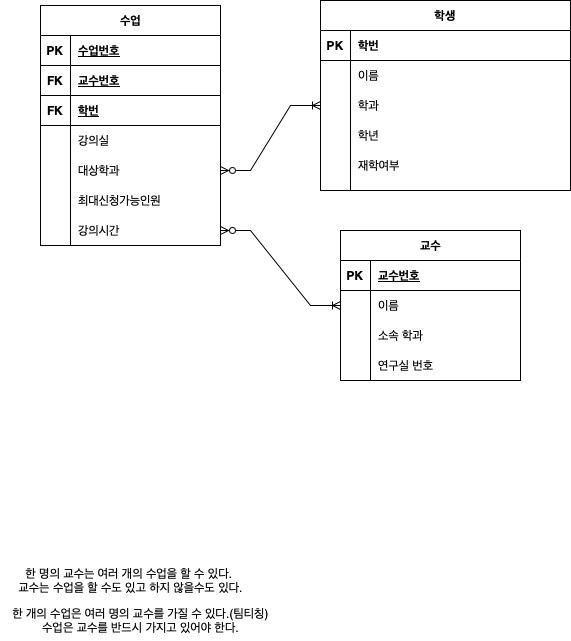
The draw.io diagram Data Modeling/수강신청.drawio.png in ikkjun/SQL, before a commit. Source tidied: cells renumbered, new cells last; positions are measured from the earlier drawing's top-left corner, leaving out a move shared by most shapes.
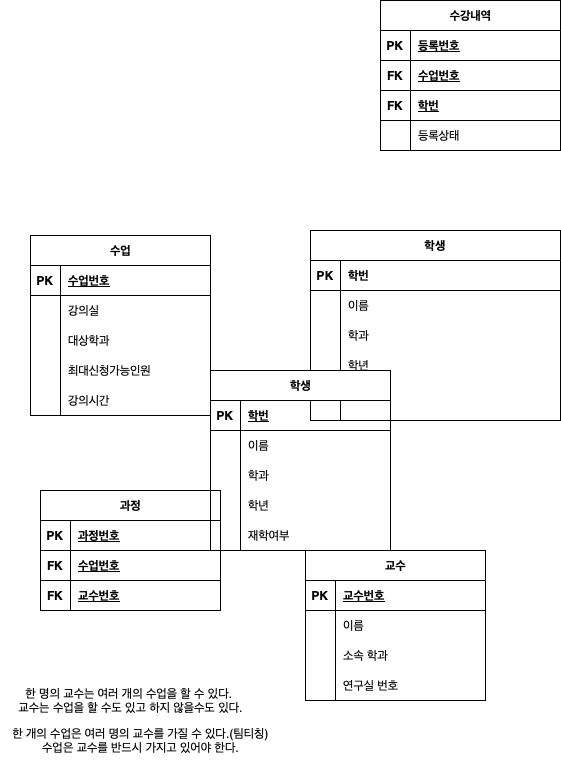
Above is the later version.

Commit message:
수강신청.drawio.png 업데이트

The edit, as a diff of the source:
```diff
@@ -3,7 +3,7 @@
     <mxCell id="0" />
     <mxCell id="1" parent="0" />
     <mxCell id="2" style="group;" parent="1" vertex="1">
-      <mxGeometry x="320" width="250" height="190" as="geometry" />
+      <mxGeometry x="310" y="110" width="250" height="190" as="geometry" />
     </mxCell>
     <mxCell id="3" value="학생" style="shape=table;startSize=30;rowLines=0;fontStyle=1;align=center;" parent="2" vertex="1">
       <mxGeometry width="250" height="190" as="geometry" />
@@ -53,16 +53,13 @@
     <mxCell id="18" value="재학여부" style="shape=partialRectangle;overflow=hidden;fillColor=none;top=0;left=0;bottom=0;right=0;align=left;spacingLeft=6;" parent="16" vertex="1">
       <mxGeometry x="30" width="220" height="30" as="geometry" />
     </mxCell>
-    <mxCell id="19" style="edgeStyle=entityRelationEdgeStyle;fontSize=12;html=1;endArrow=ERoneToMany;startArrow=ERzeroToMany;rounded=0;entryX=0;entryY=0.5;entryDx=0;entryDy=0;exitX=1;exitY=0.5;exitDx=0;exitDy=0;" parent="1" edge="1" source="34" target="10">
-      <mxGeometry relative="1" as="geometry" />
-    </mxCell>
     <mxCell id="20" style="endArrow=none;html=1;rounded=0;entryX=0.12;entryY=0;entryDx=0;entryDy=0;entryPerimeter=0;" parent="1" edge="1" target="4">
       <mxGeometry relative="1" as="geometry">
-        <mxPoint x="350" y="190" as="sourcePoint" />
+        <mxPoint x="340" y="300" as="sourcePoint" />
       </mxGeometry>
     </mxCell>
     <mxCell id="21" value="수업" style="shape=table;startSize=30;rowLines=0;fontStyle=1;align=center;html=1;" parent="1" vertex="1">
-      <mxGeometry x="40" y="5" width="180" height="240" as="geometry" />
+      <mxGeometry x="30" y="115" width="180" height="180" as="geometry" />
     </mxCell>
     <mxCell id="22" style="shape=tableRow;horizontal=0;startSize=0;swimlaneHead=0;swimlaneBody=0;fillColor=none;top=0;left=0;right=0;bottom=1;" parent="21" vertex="1">
       <mxGeometry y="30" width="180" height="30" as="geometry" />
@@ -73,26 +70,8 @@
     <mxCell id="24" value="수업번호" style="shape=partialRectangle;fillColor=none;top=0;left=0;bottom=0;right=0;align=left;spacingLeft=6;fontStyle=5;overflow=hidden;whiteSpace=wrap;html=1;" parent="22" vertex="1">
       <mxGeometry x="30" width="150" height="30" as="geometry" />
     </mxCell>
-    <mxCell id="25" style="shape=tableRow;horizontal=0;startSize=0;swimlaneHead=0;swimlaneBody=0;fillColor=none;top=0;left=0;right=0;bottom=1;" parent="21" vertex="1">
-      <mxGeometry y="60" width="180" height="30" as="geometry" />
-    </mxCell>
-    <mxCell id="26" value="FK" style="shape=partialRectangle;fillColor=none;top=0;left=0;bottom=0;right=0;fontStyle=1;overflow=hidden;whiteSpace=wrap;html=1;" parent="25" vertex="1">
-      <mxGeometry width="30" height="30" as="geometry" />
-    </mxCell>
-    <mxCell id="27" value="교수번호" style="shape=partialRectangle;fillColor=none;top=0;left=0;bottom=0;right=0;align=left;spacingLeft=6;fontStyle=5;overflow=hidden;whiteSpace=wrap;html=1;" parent="25" vertex="1">
-      <mxGeometry x="30" width="150" height="30" as="geometry" />
-    </mxCell>
-    <mxCell id="28" style="shape=tableRow;horizontal=0;startSize=0;swimlaneHead=0;swimlaneBody=0;fillColor=none;top=0;left=0;right=0;bottom=1;" parent="21" vertex="1">
-      <mxGeometry y="90" width="180" height="30" as="geometry" />
-    </mxCell>
-    <mxCell id="29" value="FK" style="shape=partialRectangle;fillColor=none;top=0;left=0;bottom=0;right=0;fontStyle=1;overflow=hidden;whiteSpace=wrap;html=1;" parent="28" vertex="1">
-      <mxGeometry width="30" height="30" as="geometry" />
-    </mxCell>
-    <mxCell id="30" value="학번" style="shape=partialRectangle;fillColor=none;top=0;left=0;bottom=0;right=0;align=left;spacingLeft=6;fontStyle=5;overflow=hidden;whiteSpace=wrap;html=1;" parent="28" vertex="1">
-      <mxGeometry x="30" width="150" height="30" as="geometry" />
-    </mxCell>
     <mxCell id="31" style="shape=tableRow;horizontal=0;startSize=0;swimlaneHead=0;swimlaneBody=0;fillColor=none;top=0;left=0;right=0;bottom=0;" parent="21" vertex="1">
-      <mxGeometry y="120" width="180" height="30" as="geometry" />
+      <mxGeometry y="60" width="180" height="30" as="geometry" />
     </mxCell>
     <mxCell id="32" style="shape=partialRectangle;fillColor=none;top=0;left=0;bottom=0;right=0;overflow=hidden;whiteSpace=wrap;html=1;" parent="31" vertex="1">
       <mxGeometry width="30" height="30" as="geometry" />
@@ -101,7 +80,7 @@
       <mxGeometry x="30" width="150" height="30" as="geometry" />
     </mxCell>
     <mxCell id="34" style="shape=tableRow;horizontal=0;startSize=0;swimlaneHead=0;swimlaneBody=0;fillColor=none;points=[[0,0.5],[1,0.5]];portConstraint=eastwest;top=0;left=0;right=0;bottom=0;" parent="21" vertex="1">
-      <mxGeometry y="150" width="180" height="30" as="geometry" />
+      <mxGeometry y="90" width="180" height="30" as="geometry" />
     </mxCell>
     <mxCell id="35" style="shape=partialRectangle;fillColor=none;top=0;left=0;bottom=0;right=0;overflow=hidden;whiteSpace=wrap;html=1;" parent="34" vertex="1">
       <mxGeometry width="30" height="30" as="geometry" />
@@ -110,7 +89,7 @@
       <mxGeometry x="30" width="150" height="30" as="geometry" />
     </mxCell>
     <mxCell id="37" style="shape=tableRow;horizontal=0;startSize=0;swimlaneHead=0;swimlaneBody=0;fillColor=none;top=0;left=0;right=0;bottom=0;" parent="21" vertex="1">
-      <mxGeometry y="180" width="180" height="30" as="geometry" />
+      <mxGeometry y="120" width="180" height="30" as="geometry" />
     </mxCell>
     <mxCell id="38" style="shape=partialRectangle;fillColor=none;top=0;left=0;bottom=0;right=0;overflow=hidden;whiteSpace=wrap;html=1;" parent="37" vertex="1">
       <mxGeometry width="30" height="30" as="geometry" />
@@ -119,7 +98,7 @@
       <mxGeometry x="30" width="150" height="30" as="geometry" />
     </mxCell>
     <mxCell id="40" style="shape=tableRow;horizontal=0;startSize=0;swimlaneHead=0;swimlaneBody=0;fillColor=none;points=[[0,0.5],[1,0.5]];portConstraint=eastwest;top=0;left=0;right=0;bottom=0;" parent="21" vertex="1">
-      <mxGeometry y="210" width="180" height="30" as="geometry" />
+      <mxGeometry y="150" width="180" height="30" as="geometry" />
     </mxCell>
     <mxCell id="41" style="shape=partialRectangle;fillColor=none;top=0;left=0;bottom=0;right=0;overflow=hidden;whiteSpace=wrap;html=1;" parent="40" vertex="1">
       <mxGeometry width="30" height="30" as="geometry" />
@@ -128,7 +107,7 @@
       <mxGeometry x="30" width="150" height="30" as="geometry" />
     </mxCell>
     <mxCell id="43" value="교수" style="shape=table;startSize=30;rowLines=0;fontStyle=1;align=center;html=1;" parent="1" vertex="1">
-      <mxGeometry x="340" y="230" width="180" height="150" as="geometry" />
+      <mxGeometry x="305" y="430" width="180" height="150" as="geometry" />
     </mxCell>
     <mxCell id="44" style="shape=tableRow;horizontal=0;startSize=0;swimlaneHead=0;swimlaneBody=0;fillColor=none;top=0;left=0;right=0;bottom=1;" parent="43" vertex="1">
       <mxGeometry y="30" width="180" height="30" as="geometry" />
@@ -172,13 +151,122 @@
     <mxCell id="57" value="한 개의 수업은 여러 명의 교수를 가질 수 있다.(팀티칭)&lt;br&gt;수업은 교수를 반드시 가지고 있어야 한다." style="text;html=1;align=center;verticalAlign=middle;strokeColor=none;fillColor=none;" parent="1" vertex="1">
       <mxGeometry y="600" width="280" height="40" as="geometry" />
     </mxCell>
-    <mxCell id="58" style="edgeStyle=entityRelationEdgeStyle;fontSize=12;html=1;endArrow=ERoneToMany;startArrow=ERzeroToMany;rounded=0;entryX=0;entryY=0.5;entryDx=0;entryDy=0;exitX=1;exitY=0.5;exitDx=0;exitDy=0;" parent="1" edge="1" source="40" target="47">
-      <mxGeometry relative="1" as="geometry">
-        <Array as="points">
-          <mxPoint x="367" y="304" />
-          <mxPoint x="393" y="304" />
-        </Array>
-      </mxGeometry>
-    </mxCell>
+    <mxCell id="59" value="수강내역" style="shape=table;startSize=30;rowLines=0;fontStyle=1;align=center;html=1;" parent="1" vertex="1">
+      <mxGeometry x="380" y="-120" width="180" height="150" as="geometry" />
+    </mxCell>
+    <mxCell id="60" style="shape=tableRow;horizontal=0;startSize=0;swimlaneHead=0;swimlaneBody=0;fillColor=none;top=0;left=0;right=0;bottom=1;" parent="59" vertex="1">
+      <mxGeometry y="30" width="180" height="30" as="geometry" />
+    </mxCell>
+    <mxCell id="61" value="PK" style="shape=partialRectangle;fillColor=none;top=0;left=0;bottom=0;right=0;fontStyle=1;overflow=hidden;whiteSpace=wrap;html=1;" parent="60" vertex="1">
+      <mxGeometry width="30" height="30" as="geometry" />
+    </mxCell>
+    <mxCell id="62" value="등록번호" style="shape=partialRectangle;fillColor=none;top=0;left=0;bottom=0;right=0;align=left;spacingLeft=6;fontStyle=5;overflow=hidden;whiteSpace=wrap;html=1;" parent="60" vertex="1">
+      <mxGeometry x="30" width="150" height="30" as="geometry" />
+    </mxCell>
+    <mxCell id="63" style="shape=tableRow;horizontal=0;startSize=0;swimlaneHead=0;swimlaneBody=0;fillColor=none;top=0;left=0;right=0;bottom=1;" parent="59" vertex="1">
+      <mxGeometry y="60" width="180" height="30" as="geometry" />
+    </mxCell>
+    <mxCell id="64" value="FK" style="shape=partialRectangle;fillColor=none;top=0;left=0;bottom=0;right=0;fontStyle=1;overflow=hidden;whiteSpace=wrap;html=1;" parent="63" vertex="1">
+      <mxGeometry width="30" height="30" as="geometry" />
+    </mxCell>
+    <mxCell id="65" value="수업번호" style="shape=partialRectangle;fillColor=none;top=0;left=0;bottom=0;right=0;align=left;spacingLeft=6;fontStyle=5;overflow=hidden;whiteSpace=wrap;html=1;" parent="63" vertex="1">
+      <mxGeometry x="30" width="150" height="30" as="geometry" />
+    </mxCell>
+    <mxCell id="66" style="shape=tableRow;horizontal=0;startSize=0;swimlaneHead=0;swimlaneBody=0;fillColor=none;top=0;left=0;right=0;bottom=1;" parent="59" vertex="1">
+      <mxGeometry y="90" width="180" height="30" as="geometry" />
+    </mxCell>
+    <mxCell id="67" value="FK" style="shape=partialRectangle;fillColor=none;top=0;left=0;bottom=0;right=0;fontStyle=1;overflow=hidden;whiteSpace=wrap;html=1;" parent="66" vertex="1">
+      <mxGeometry width="30" height="30" as="geometry" />
+    </mxCell>
+    <mxCell id="68" value="학번" style="shape=partialRectangle;fillColor=none;top=0;left=0;bottom=0;right=0;align=left;spacingLeft=6;fontStyle=5;overflow=hidden;whiteSpace=wrap;html=1;" parent="66" vertex="1">
+      <mxGeometry x="30" width="150" height="30" as="geometry" />
+    </mxCell>
+    <mxCell id="69" style="shape=tableRow;horizontal=0;startSize=0;swimlaneHead=0;swimlaneBody=0;fillColor=none;top=0;left=0;right=0;bottom=0;" parent="59" vertex="1">
+      <mxGeometry y="120" width="180" height="30" as="geometry" />
+    </mxCell>
+    <mxCell id="70" style="shape=partialRectangle;fillColor=none;top=0;left=0;bottom=0;right=0;overflow=hidden;whiteSpace=wrap;html=1;" parent="69" vertex="1">
+      <mxGeometry width="30" height="30" as="geometry" />
+    </mxCell>
+    <mxCell id="71" value="등록상태" style="shape=partialRectangle;fillColor=none;top=0;left=0;bottom=0;right=0;align=left;spacingLeft=6;overflow=hidden;whiteSpace=wrap;html=1;" parent="69" vertex="1">
+      <mxGeometry x="30" width="150" height="30" as="geometry" />
+    </mxCell>
+    <mxCell id="72" value="과정" style="shape=table;startSize=30;rowLines=0;fontStyle=1;align=center;html=1;" parent="1" vertex="1">
+      <mxGeometry x="40" y="370" width="180" height="120" as="geometry" />
+    </mxCell>
+    <mxCell id="73" style="shape=tableRow;horizontal=0;startSize=0;swimlaneHead=0;swimlaneBody=0;fillColor=none;top=0;left=0;right=0;bottom=1;" parent="72" vertex="1">
+      <mxGeometry y="30" width="180" height="30" as="geometry" />
+    </mxCell>
+    <mxCell id="74" value="PK" style="shape=partialRectangle;fillColor=none;top=0;left=0;bottom=0;right=0;fontStyle=1;overflow=hidden;whiteSpace=wrap;html=1;" parent="73" vertex="1">
+      <mxGeometry width="30" height="30" as="geometry" />
+    </mxCell>
+    <mxCell id="75" value="과정번호" style="shape=partialRectangle;fillColor=none;top=0;left=0;bottom=0;right=0;align=left;spacingLeft=6;fontStyle=5;overflow=hidden;whiteSpace=wrap;html=1;" parent="73" vertex="1">
+      <mxGeometry x="30" width="150" height="30" as="geometry" />
+    </mxCell>
+    <mxCell id="76" style="shape=tableRow;horizontal=0;startSize=0;swimlaneHead=0;swimlaneBody=0;fillColor=none;top=0;left=0;right=0;bottom=1;" parent="72" vertex="1">
+      <mxGeometry y="60" width="180" height="30" as="geometry" />
+    </mxCell>
+    <mxCell id="77" value="FK" style="shape=partialRectangle;fillColor=none;top=0;left=0;bottom=0;right=0;fontStyle=1;overflow=hidden;whiteSpace=wrap;html=1;" parent="76" vertex="1">
+      <mxGeometry width="30" height="30" as="geometry" />
+    </mxCell>
+    <mxCell id="78" value="수업번호" style="shape=partialRectangle;fillColor=none;top=0;left=0;bottom=0;right=0;align=left;spacingLeft=6;fontStyle=5;overflow=hidden;whiteSpace=wrap;html=1;" parent="76" vertex="1">
+      <mxGeometry x="30" width="150" height="30" as="geometry" />
+    </mxCell>
+    <mxCell id="79" style="shape=tableRow;horizontal=0;startSize=0;swimlaneHead=0;swimlaneBody=0;fillColor=none;top=0;left=0;right=0;bottom=1;" parent="72" vertex="1">
+      <mxGeometry y="90" width="180" height="30" as="geometry" />
+    </mxCell>
+    <mxCell id="80" value="FK" style="shape=partialRectangle;fillColor=none;top=0;left=0;bottom=0;right=0;fontStyle=1;overflow=hidden;whiteSpace=wrap;html=1;" parent="79" vertex="1">
+      <mxGeometry width="30" height="30" as="geometry" />
+    </mxCell>
+    <mxCell id="27" value="교수번호" style="shape=partialRectangle;fillColor=none;top=0;left=0;bottom=0;right=0;align=left;spacingLeft=6;fontStyle=5;overflow=hidden;whiteSpace=wrap;html=1;" parent="79" vertex="1">
+      <mxGeometry x="30" width="150" height="30" as="geometry" />
+    </mxCell>
+    <mxCell id="81" value="학생" style="shape=table;startSize=30;rowLines=0;fontStyle=1;align=center;html=1;" parent="1" vertex="1">
+      <mxGeometry x="210" y="250" width="180" height="180" as="geometry" />
+    </mxCell>
+    <mxCell id="82" style="shape=tableRow;horizontal=0;startSize=0;swimlaneHead=0;swimlaneBody=0;fillColor=none;top=0;left=0;right=0;bottom=1;" parent="81" vertex="1">
+      <mxGeometry y="30" width="180" height="30" as="geometry" />
+    </mxCell>
+    <mxCell id="83" value="PK" style="shape=partialRectangle;fillColor=none;top=0;left=0;bottom=0;right=0;fontStyle=1;overflow=hidden;whiteSpace=wrap;html=1;" parent="82" vertex="1">
+      <mxGeometry width="30" height="30" as="geometry" />
+    </mxCell>
+    <mxCell id="84" value="학번" style="shape=partialRectangle;fillColor=none;top=0;left=0;bottom=0;right=0;align=left;spacingLeft=6;fontStyle=5;overflow=hidden;whiteSpace=wrap;html=1;" parent="82" vertex="1">
+      <mxGeometry x="30" width="150" height="30" as="geometry" />
+    </mxCell>
+    <mxCell id="85" style="shape=tableRow;horizontal=0;startSize=0;swimlaneHead=0;swimlaneBody=0;fillColor=none;top=0;left=0;right=0;bottom=0;" parent="81" vertex="1">
+      <mxGeometry y="60" width="180" height="30" as="geometry" />
+    </mxCell>
+    <mxCell id="86" style="shape=partialRectangle;fillColor=none;top=0;left=0;bottom=0;right=0;overflow=hidden;whiteSpace=wrap;html=1;" parent="85" vertex="1">
+      <mxGeometry width="30" height="30" as="geometry" />
+    </mxCell>
+    <mxCell id="87" value="이름&amp;nbsp;" style="shape=partialRectangle;fillColor=none;top=0;left=0;bottom=0;right=0;align=left;spacingLeft=6;overflow=hidden;whiteSpace=wrap;html=1;" parent="85" vertex="1">
+      <mxGeometry x="30" width="150" height="30" as="geometry" />
+    </mxCell>
+    <mxCell id="88" style="shape=tableRow;horizontal=0;startSize=0;swimlaneHead=0;swimlaneBody=0;fillColor=none;top=0;left=0;right=0;bottom=0;" parent="81" vertex="1">
+      <mxGeometry y="90" width="180" height="30" as="geometry" />
+    </mxCell>
+    <mxCell id="89" style="shape=partialRectangle;fillColor=none;top=0;left=0;bottom=0;right=0;overflow=hidden;whiteSpace=wrap;html=1;" parent="88" vertex="1">
+      <mxGeometry width="30" height="30" as="geometry" />
+    </mxCell>
+    <mxCell id="90" value="학과" style="shape=partialRectangle;fillColor=none;top=0;left=0;bottom=0;right=0;align=left;spacingLeft=6;overflow=hidden;whiteSpace=wrap;html=1;" parent="88" vertex="1">
+      <mxGeometry x="30" width="150" height="30" as="geometry" />
+    </mxCell>
+    <mxCell id="91" style="shape=tableRow;horizontal=0;startSize=0;swimlaneHead=0;swimlaneBody=0;fillColor=none;top=0;left=0;right=0;bottom=0;" parent="81" vertex="1">
+      <mxGeometry y="120" width="180" height="30" as="geometry" />
+    </mxCell>
+    <mxCell id="92" style="shape=partialRectangle;fillColor=none;top=0;left=0;bottom=0;right=0;overflow=hidden;whiteSpace=wrap;html=1;" parent="91" vertex="1">
+      <mxGeometry width="30" height="30" as="geometry" />
+    </mxCell>
+    <mxCell id="93" value="학년" style="shape=partialRectangle;fillColor=none;top=0;left=0;bottom=0;right=0;align=left;spacingLeft=6;overflow=hidden;whiteSpace=wrap;html=1;" parent="91" vertex="1">
+      <mxGeometry x="30" width="150" height="30" as="geometry" />
+    </mxCell>
+    <mxCell id="94" style="shape=tableRow;horizontal=0;startSize=0;swimlaneHead=0;swimlaneBody=0;fillColor=none;top=0;left=0;right=0;bottom=0;" parent="81" vertex="1">
+      <mxGeometry y="150" width="180" height="30" as="geometry" />
+    </mxCell>
+    <mxCell id="95" style="shape=partialRectangle;fillColor=none;top=0;left=0;bottom=0;right=0;overflow=hidden;whiteSpace=wrap;html=1;" parent="94" vertex="1">
+      <mxGeometry width="30" height="30" as="geometry" />
+    </mxCell>
+    <mxCell id="96" value="재학여부" style="shape=partialRectangle;fillColor=none;top=0;left=0;bottom=0;right=0;align=left;spacingLeft=6;overflow=hidden;whiteSpace=wrap;html=1;" parent="94" vertex="1">
+      <mxGeometry x="30" width="150" height="30" as="geometry" />
+    </mxCell>
   </root>
 </mxGraphModel>
```
